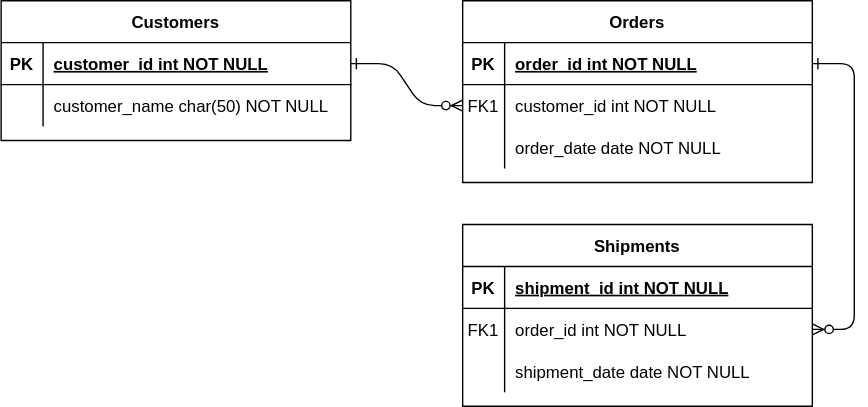
Before: Assignment1.drawio.svg, a diagram exported from draw.io (armanissayev/armanissayev). Source tidied: cells renumbered, new cells last; positions are measured from the earlier drawing's top-left corner, leaving out a move shared by most shapes.
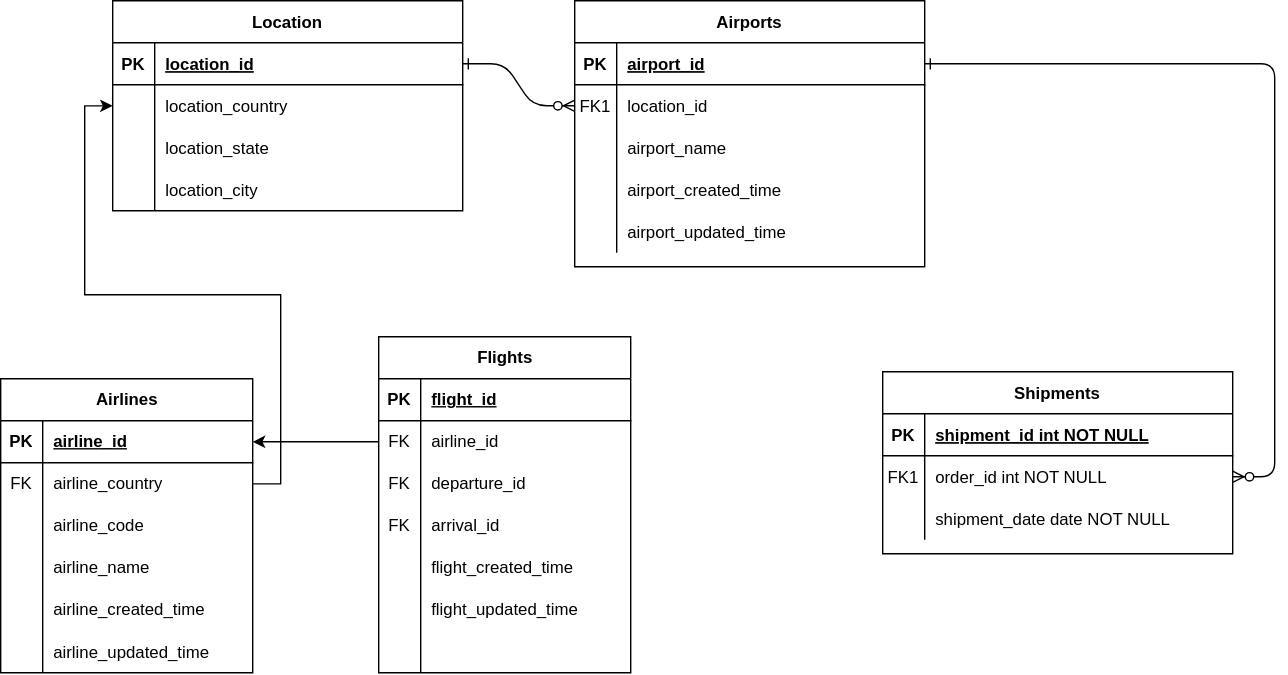
The same file after the commit.

Change to the diagram source:
```diff
@@ -8,8 +8,8 @@
     <mxCell id="3" style="edgeStyle=entityRelationEdgeStyle;endArrow=ERzeroToMany;startArrow=ERone;endFill=1;startFill=0;" parent="1" edge="1" source="5" target="18">
       <mxGeometry relative="1" as="geometry" />
     </mxCell>
-    <mxCell id="4" value="Orders" style="shape=table;startSize=30;rowLines=0;fontStyle=1;align=center;" parent="1" vertex="1">
-      <mxGeometry x="330" width="250" height="130" as="geometry" />
+    <mxCell id="4" value="Airports" style="shape=table;startSize=30;rowLines=0;fontStyle=1;align=center;" parent="1" vertex="1">
+      <mxGeometry x="330" width="250" height="190" as="geometry" />
     </mxCell>
     <mxCell id="5" style="shape=partialRectangle;fillColor=none;points=[[0,0.5],[1,0.5]];portConstraint=eastwest;top=0;left=0;right=0;bottom=1;" parent="4" vertex="1">
       <mxGeometry y="30" width="250" height="30" as="geometry" />
@@ -17,7 +17,7 @@
     <mxCell id="6" value="PK" style="shape=partialRectangle;overflow=hidden;fillColor=none;top=0;left=0;bottom=0;right=0;fontStyle=1;" parent="5" vertex="1">
       <mxGeometry width="30" height="30" as="geometry" />
     </mxCell>
-    <mxCell id="7" value="order_id int NOT NULL " style="shape=partialRectangle;overflow=hidden;fillColor=none;top=0;left=0;bottom=0;right=0;align=left;spacingLeft=6;fontStyle=5;" parent="5" vertex="1">
+    <mxCell id="7" value="airport_id" style="shape=partialRectangle;overflow=hidden;fillColor=none;top=0;left=0;bottom=0;right=0;align=left;spacingLeft=6;fontStyle=5;" parent="5" vertex="1">
       <mxGeometry x="30" width="220" height="30" as="geometry" />
     </mxCell>
     <mxCell id="8" style="shape=partialRectangle;fillColor=none;points=[[0,0.5],[1,0.5]];portConstraint=eastwest;top=0;left=0;right=0;bottom=0;" parent="4" vertex="1">
@@ -26,7 +26,7 @@
     <mxCell id="9" value="FK1" style="shape=partialRectangle;overflow=hidden;fillColor=none;top=0;left=0;bottom=0;right=0;" parent="8" vertex="1">
       <mxGeometry width="30" height="30" as="geometry" />
     </mxCell>
-    <mxCell id="10" value="customer_id int NOT NULL" style="shape=partialRectangle;overflow=hidden;fillColor=none;top=0;left=0;bottom=0;right=0;align=left;spacingLeft=6;" parent="8" vertex="1">
+    <mxCell id="10" value="location_id" style="shape=partialRectangle;overflow=hidden;fillColor=none;top=0;left=0;bottom=0;right=0;align=left;spacingLeft=6;" parent="8" vertex="1">
       <mxGeometry x="30" width="220" height="30" as="geometry" />
     </mxCell>
     <mxCell id="11" style="shape=partialRectangle;fillColor=none;top=0;left=0;right=0;bottom=0;" parent="4" vertex="1">
@@ -35,11 +35,29 @@
     <mxCell id="12" style="shape=partialRectangle;overflow=hidden;fillColor=none;top=0;left=0;bottom=0;right=0;" parent="11" vertex="1">
       <mxGeometry width="30" height="30" as="geometry" />
     </mxCell>
-    <mxCell id="13" value="order_date date NOT NULL" style="shape=partialRectangle;overflow=hidden;fillColor=none;top=0;left=0;bottom=0;right=0;align=left;spacingLeft=6;" parent="11" vertex="1">
+    <mxCell id="13" value="airport_name" style="shape=partialRectangle;overflow=hidden;fillColor=none;top=0;left=0;bottom=0;right=0;align=left;spacingLeft=6;" parent="11" vertex="1">
       <mxGeometry x="30" width="220" height="30" as="geometry" />
     </mxCell>
+    <mxCell id="31" style="shape=tableRow;horizontal=0;startSize=0;swimlaneHead=0;swimlaneBody=0;fillColor=none;top=0;left=0;right=0;bottom=0;" parent="4" vertex="1">
+      <mxGeometry y="120" width="250" height="30" as="geometry" />
+    </mxCell>
+    <mxCell id="32" style="shape=partialRectangle;fillColor=none;top=0;left=0;bottom=0;right=0;overflow=hidden;" parent="31" vertex="1">
+      <mxGeometry width="30" height="30" as="geometry" />
+    </mxCell>
+    <mxCell id="33" value="airport_created_time" style="shape=partialRectangle;fillColor=none;top=0;left=0;bottom=0;right=0;align=left;spacingLeft=6;overflow=hidden;" parent="31" vertex="1">
+      <mxGeometry x="30" width="220" height="30" as="geometry" />
+    </mxCell>
+    <mxCell id="34" style="shape=tableRow;horizontal=0;startSize=0;swimlaneHead=0;swimlaneBody=0;fillColor=none;top=0;left=0;right=0;bottom=0;" parent="4" vertex="1">
+      <mxGeometry y="150" width="250" height="30" as="geometry" />
+    </mxCell>
+    <mxCell id="35" style="shape=partialRectangle;fillColor=none;top=0;left=0;bottom=0;right=0;overflow=hidden;" parent="34" vertex="1">
+      <mxGeometry width="30" height="30" as="geometry" />
+    </mxCell>
+    <mxCell id="36" value="airport_updated_time" style="shape=partialRectangle;fillColor=none;top=0;left=0;bottom=0;right=0;align=left;spacingLeft=6;overflow=hidden;" parent="34" vertex="1">
+      <mxGeometry x="30" width="220" height="30" as="geometry" />
+    </mxCell>
     <mxCell id="14" value="Shipments" style="shape=table;startSize=30;rowLines=0;fontStyle=1;align=center;" parent="1" vertex="1">
-      <mxGeometry x="330" y="160" width="250" height="130" as="geometry" />
+      <mxGeometry x="550" y="265" width="250" height="130" as="geometry" />
     </mxCell>
     <mxCell id="15" style="shape=partialRectangle;fillColor=none;top=0;left=0;right=0;bottom=1;" parent="14" vertex="1">
       <mxGeometry y="30" width="250" height="30" as="geometry" />
@@ -68,8 +86,8 @@
     <mxCell id="23" value="shipment_date date NOT NULL" style="shape=partialRectangle;overflow=hidden;fillColor=none;top=0;left=0;bottom=0;right=0;align=left;spacingLeft=6;" parent="21" vertex="1">
       <mxGeometry x="30" width="220" height="30" as="geometry" />
     </mxCell>
-    <mxCell id="24" value="Customers" style="shape=table;startSize=30;rowLines=0;fontStyle=1;align=center;" parent="1" vertex="1">
-      <mxGeometry width="250" height="100" as="geometry" />
+    <mxCell id="24" value="Location" style="shape=table;startSize=30;rowLines=0;fontStyle=1;align=center;" parent="1" vertex="1">
+      <mxGeometry width="250" height="150" as="geometry" />
     </mxCell>
     <mxCell id="25" style="shape=partialRectangle;fillColor=none;points=[[0,0.5],[1,0.5]];portConstraint=eastwest;top=0;left=0;right=0;bottom=1;" parent="24" vertex="1">
       <mxGeometry y="30" width="250" height="30" as="geometry" />
@@ -77,7 +95,7 @@
     <mxCell id="26" value="PK" style="shape=partialRectangle;overflow=hidden;fillColor=none;top=0;left=0;bottom=0;right=0;fontStyle=1;" parent="25" vertex="1">
       <mxGeometry width="30" height="30" as="geometry" />
     </mxCell>
-    <mxCell id="27" value="customer_id int NOT NULL " style="shape=partialRectangle;overflow=hidden;fillColor=none;top=0;left=0;bottom=0;right=0;align=left;spacingLeft=6;fontStyle=5;" parent="25" vertex="1">
+    <mxCell id="27" value="location_id " style="shape=partialRectangle;overflow=hidden;fillColor=none;top=0;left=0;bottom=0;right=0;align=left;spacingLeft=6;fontStyle=5;" parent="25" vertex="1">
       <mxGeometry x="30" width="220" height="30" as="geometry" />
     </mxCell>
     <mxCell id="28" style="shape=partialRectangle;fillColor=none;points=[[0,0.5],[1,0.5]];portConstraint=eastwest;top=0;left=0;right=0;bottom=0;" parent="24" vertex="1">
@@ -86,8 +104,155 @@
     <mxCell id="29" style="shape=partialRectangle;overflow=hidden;fillColor=none;top=0;left=0;bottom=0;right=0;" parent="28" vertex="1">
       <mxGeometry width="30" height="30" as="geometry" />
     </mxCell>
-    <mxCell id="30" value="customer_name char(50) NOT NULL" style="shape=partialRectangle;overflow=hidden;fillColor=none;top=0;left=0;bottom=0;right=0;align=left;spacingLeft=6;" parent="28" vertex="1">
+    <mxCell id="30" value="location_country" style="shape=partialRectangle;overflow=hidden;fillColor=none;top=0;left=0;bottom=0;right=0;align=left;spacingLeft=6;" parent="28" vertex="1">
       <mxGeometry x="30" width="220" height="30" as="geometry" />
     </mxCell>
+    <mxCell id="37" style="shape=tableRow;horizontal=0;startSize=0;swimlaneHead=0;swimlaneBody=0;fillColor=none;top=0;left=0;right=0;bottom=0;" parent="24" vertex="1">
+      <mxGeometry y="90" width="250" height="30" as="geometry" />
+    </mxCell>
+    <mxCell id="38" style="shape=partialRectangle;fillColor=none;top=0;left=0;bottom=0;right=0;overflow=hidden;" parent="37" vertex="1">
+      <mxGeometry width="30" height="30" as="geometry" />
+    </mxCell>
+    <mxCell id="39" value="location_state" style="shape=partialRectangle;fillColor=none;top=0;left=0;bottom=0;right=0;align=left;spacingLeft=6;overflow=hidden;" parent="37" vertex="1">
+      <mxGeometry x="30" width="220" height="30" as="geometry" />
+    </mxCell>
+    <mxCell id="40" style="shape=tableRow;horizontal=0;startSize=0;swimlaneHead=0;swimlaneBody=0;fillColor=none;top=0;left=0;right=0;bottom=0;" parent="24" vertex="1">
+      <mxGeometry y="120" width="250" height="30" as="geometry" />
+    </mxCell>
+    <mxCell id="41" style="shape=partialRectangle;fillColor=none;top=0;left=0;bottom=0;right=0;overflow=hidden;" parent="40" vertex="1">
+      <mxGeometry width="30" height="30" as="geometry" />
+    </mxCell>
+    <mxCell id="42" value="location_city" style="shape=partialRectangle;fillColor=none;top=0;left=0;bottom=0;right=0;align=left;spacingLeft=6;overflow=hidden;" parent="40" vertex="1">
+      <mxGeometry x="30" width="220" height="30" as="geometry" />
+    </mxCell>
+    <mxCell id="43" value="Flights" style="shape=table;startSize=30;rowLines=0;fontStyle=1;align=center;html=1;" parent="1" vertex="1">
+      <mxGeometry x="190" y="240" width="180" height="240" as="geometry" />
+    </mxCell>
+    <mxCell id="44" style="shape=tableRow;horizontal=0;startSize=0;swimlaneHead=0;swimlaneBody=0;fillColor=none;top=0;left=0;right=0;bottom=1;" parent="43" vertex="1">
+      <mxGeometry y="30" width="180" height="30" as="geometry" />
+    </mxCell>
+    <mxCell id="45" value="PK" style="shape=partialRectangle;fillColor=none;top=0;left=0;bottom=0;right=0;fontStyle=1;overflow=hidden;whiteSpace=wrap;html=1;" parent="44" vertex="1">
+      <mxGeometry width="30" height="30" as="geometry" />
+    </mxCell>
+    <mxCell id="46" value="flight_id" style="shape=partialRectangle;fillColor=none;top=0;left=0;bottom=0;right=0;align=left;spacingLeft=6;fontStyle=5;overflow=hidden;whiteSpace=wrap;html=1;" parent="44" vertex="1">
+      <mxGeometry x="30" width="150" height="30" as="geometry" />
+    </mxCell>
+    <mxCell id="47" style="shape=tableRow;horizontal=0;startSize=0;swimlaneHead=0;swimlaneBody=0;fillColor=none;points=[[0,0.5],[1,0.5]];portConstraint=eastwest;top=0;left=0;right=0;bottom=0;" parent="43" vertex="1">
+      <mxGeometry y="60" width="180" height="30" as="geometry" />
+    </mxCell>
+    <mxCell id="48" value="FK" style="shape=partialRectangle;fillColor=none;top=0;left=0;bottom=0;right=0;fontStyle=0;overflow=hidden;whiteSpace=wrap;html=1;" parent="47" vertex="1">
+      <mxGeometry width="30" height="30" as="geometry" />
+    </mxCell>
+    <mxCell id="49" value="airline_id" style="shape=partialRectangle;fillColor=none;top=0;left=0;bottom=0;right=0;align=left;spacingLeft=6;fontStyle=0;overflow=hidden;whiteSpace=wrap;html=1;" parent="47" vertex="1">
+      <mxGeometry x="30" width="150" height="30" as="geometry" />
+    </mxCell>
+    <mxCell id="50" style="shape=tableRow;horizontal=0;startSize=0;swimlaneHead=0;swimlaneBody=0;fillColor=none;top=0;left=0;right=0;bottom=0;" parent="43" vertex="1">
+      <mxGeometry y="90" width="180" height="30" as="geometry" />
+    </mxCell>
+    <mxCell id="51" value="FK" style="shape=partialRectangle;fillColor=none;top=0;left=0;bottom=0;right=0;fontStyle=0;overflow=hidden;whiteSpace=wrap;html=1;" parent="50" vertex="1">
+      <mxGeometry width="30" height="30" as="geometry" />
+    </mxCell>
+    <mxCell id="52" value="departure_id" style="shape=partialRectangle;fillColor=none;top=0;left=0;bottom=0;right=0;align=left;spacingLeft=6;fontStyle=0;overflow=hidden;whiteSpace=wrap;html=1;" parent="50" vertex="1">
+      <mxGeometry x="30" width="150" height="30" as="geometry" />
+    </mxCell>
+    <mxCell id="53" style="shape=tableRow;horizontal=0;startSize=0;swimlaneHead=0;swimlaneBody=0;fillColor=none;top=0;left=0;right=0;bottom=0;" parent="43" vertex="1">
+      <mxGeometry y="120" width="180" height="30" as="geometry" />
+    </mxCell>
+    <mxCell id="54" value="FK" style="shape=partialRectangle;fillColor=none;top=0;left=0;bottom=0;right=0;fontStyle=0;overflow=hidden;whiteSpace=wrap;html=1;" parent="53" vertex="1">
+      <mxGeometry width="30" height="30" as="geometry" />
+    </mxCell>
+    <mxCell id="55" value="arrival_id" style="shape=partialRectangle;fillColor=none;top=0;left=0;bottom=0;right=0;align=left;spacingLeft=6;fontStyle=0;overflow=hidden;whiteSpace=wrap;html=1;" parent="53" vertex="1">
+      <mxGeometry x="30" width="150" height="30" as="geometry" />
+    </mxCell>
+    <mxCell id="56" style="shape=tableRow;horizontal=0;startSize=0;swimlaneHead=0;swimlaneBody=0;fillColor=none;top=0;left=0;right=0;bottom=0;" parent="43" vertex="1">
+      <mxGeometry y="150" width="180" height="30" as="geometry" />
+    </mxCell>
+    <mxCell id="57" style="shape=partialRectangle;fillColor=none;top=0;left=0;bottom=0;right=0;overflow=hidden;whiteSpace=wrap;html=1;" parent="56" vertex="1">
+      <mxGeometry width="30" height="30" as="geometry" />
+    </mxCell>
+    <mxCell id="58" value="&lt;div&gt;flight_created_time&lt;/div&gt;" style="shape=partialRectangle;fillColor=none;top=0;left=0;bottom=0;right=0;align=left;spacingLeft=6;overflow=hidden;whiteSpace=wrap;html=1;" parent="56" vertex="1">
+      <mxGeometry x="30" width="150" height="30" as="geometry" />
+    </mxCell>
+    <mxCell id="59" style="shape=tableRow;horizontal=0;startSize=0;swimlaneHead=0;swimlaneBody=0;fillColor=none;top=0;left=0;right=0;bottom=0;" parent="43" vertex="1">
+      <mxGeometry y="180" width="180" height="30" as="geometry" />
+    </mxCell>
+    <mxCell id="60" style="shape=partialRectangle;fillColor=none;top=0;left=0;bottom=0;right=0;overflow=hidden;whiteSpace=wrap;html=1;" parent="59" vertex="1">
+      <mxGeometry width="30" height="30" as="geometry" />
+    </mxCell>
+    <mxCell id="61" value="flight_updated_time" style="shape=partialRectangle;fillColor=none;top=0;left=0;bottom=0;right=0;align=left;spacingLeft=6;overflow=hidden;whiteSpace=wrap;html=1;" parent="59" vertex="1">
+      <mxGeometry x="30" width="150" height="30" as="geometry" />
+    </mxCell>
+    <mxCell id="62" style="shape=tableRow;horizontal=0;startSize=0;swimlaneHead=0;swimlaneBody=0;fillColor=none;top=0;left=0;right=0;bottom=0;" parent="43" vertex="1">
+      <mxGeometry y="210" width="180" height="30" as="geometry" />
+    </mxCell>
+    <mxCell id="63" style="shape=partialRectangle;fillColor=none;top=0;left=0;bottom=0;right=0;overflow=hidden;whiteSpace=wrap;html=1;" parent="62" vertex="1">
+      <mxGeometry width="30" height="30" as="geometry" />
+    </mxCell>
+    <mxCell id="64" style="shape=partialRectangle;fillColor=none;top=0;left=0;bottom=0;right=0;align=left;spacingLeft=6;overflow=hidden;whiteSpace=wrap;html=1;" parent="62" vertex="1">
+      <mxGeometry x="30" width="150" height="30" as="geometry" />
+    </mxCell>
+    <mxCell id="65" value="Airlines" style="shape=table;startSize=30;rowLines=0;fontStyle=1;align=center;html=1;" parent="1" vertex="1">
+      <mxGeometry x="-80" y="270" width="180" height="210" as="geometry" />
+    </mxCell>
+    <mxCell id="66" style="shape=tableRow;horizontal=0;startSize=0;swimlaneHead=0;swimlaneBody=0;fillColor=none;points=[[0,0.5],[1,0.5]];portConstraint=eastwest;top=0;left=0;right=0;bottom=1;" parent="65" vertex="1">
+      <mxGeometry y="30" width="180" height="30" as="geometry" />
+    </mxCell>
+    <mxCell id="67" value="PK" style="shape=partialRectangle;fillColor=none;top=0;left=0;bottom=0;right=0;fontStyle=1;overflow=hidden;whiteSpace=wrap;html=1;" parent="66" vertex="1">
+      <mxGeometry width="30" height="30" as="geometry" />
+    </mxCell>
+    <mxCell id="68" value="airline_id" style="shape=partialRectangle;fillColor=none;top=0;left=0;bottom=0;right=0;align=left;spacingLeft=6;fontStyle=5;overflow=hidden;whiteSpace=wrap;html=1;" parent="66" vertex="1">
+      <mxGeometry x="30" width="150" height="30" as="geometry" />
+    </mxCell>
+    <mxCell id="69" style="shape=tableRow;horizontal=0;startSize=0;swimlaneHead=0;swimlaneBody=0;fillColor=none;points=[[0,0.5],[1,0.5]];portConstraint=eastwest;top=0;left=0;right=0;bottom=0;" parent="65" vertex="1">
+      <mxGeometry y="60" width="180" height="30" as="geometry" />
+    </mxCell>
+    <mxCell id="70" value="FK" style="shape=partialRectangle;fillColor=none;top=0;left=0;bottom=0;right=0;fontStyle=0;overflow=hidden;whiteSpace=wrap;html=1;" parent="69" vertex="1">
+      <mxGeometry width="30" height="30" as="geometry" />
+    </mxCell>
+    <mxCell id="71" value="airline_country" style="shape=partialRectangle;fillColor=none;top=0;left=0;bottom=0;right=0;align=left;spacingLeft=6;fontStyle=0;overflow=hidden;whiteSpace=wrap;html=1;" parent="69" vertex="1">
+      <mxGeometry x="30" width="150" height="30" as="geometry" />
+    </mxCell>
+    <mxCell id="72" style="shape=tableRow;horizontal=0;startSize=0;swimlaneHead=0;swimlaneBody=0;fillColor=none;top=0;left=0;right=0;bottom=0;" parent="65" vertex="1">
+      <mxGeometry y="90" width="180" height="30" as="geometry" />
+    </mxCell>
+    <mxCell id="73" style="shape=partialRectangle;fillColor=none;top=0;left=0;bottom=0;right=0;overflow=hidden;whiteSpace=wrap;html=1;" parent="72" vertex="1">
+      <mxGeometry width="30" height="30" as="geometry" />
+    </mxCell>
+    <mxCell id="74" value="airline_code" style="shape=partialRectangle;fillColor=none;top=0;left=0;bottom=0;right=0;align=left;spacingLeft=6;overflow=hidden;whiteSpace=wrap;html=1;" parent="72" vertex="1">
+      <mxGeometry x="30" width="150" height="30" as="geometry" />
+    </mxCell>
+    <mxCell id="75" style="shape=tableRow;horizontal=0;startSize=0;swimlaneHead=0;swimlaneBody=0;fillColor=none;top=0;left=0;right=0;bottom=0;" parent="65" vertex="1">
+      <mxGeometry y="120" width="180" height="30" as="geometry" />
+    </mxCell>
+    <mxCell id="76" style="shape=partialRectangle;fillColor=none;top=0;left=0;bottom=0;right=0;overflow=hidden;whiteSpace=wrap;html=1;" parent="75" vertex="1">
+      <mxGeometry width="30" height="30" as="geometry" />
+    </mxCell>
+    <mxCell id="77" value="airline_name" style="shape=partialRectangle;fillColor=none;top=0;left=0;bottom=0;right=0;align=left;spacingLeft=6;overflow=hidden;whiteSpace=wrap;html=1;" parent="75" vertex="1">
+      <mxGeometry x="30" width="150" height="30" as="geometry" />
+    </mxCell>
+    <mxCell id="78" style="shape=tableRow;horizontal=0;startSize=0;swimlaneHead=0;swimlaneBody=0;fillColor=none;top=0;left=0;right=0;bottom=0;" parent="65" vertex="1">
+      <mxGeometry y="150" width="180" height="30" as="geometry" />
+    </mxCell>
+    <mxCell id="79" style="shape=partialRectangle;fillColor=none;top=0;left=0;bottom=0;right=0;overflow=hidden;whiteSpace=wrap;html=1;" parent="78" vertex="1">
+      <mxGeometry width="30" height="30" as="geometry" />
+    </mxCell>
+    <mxCell id="80" value="airline_created_time" style="shape=partialRectangle;fillColor=none;top=0;left=0;bottom=0;right=0;align=left;spacingLeft=6;overflow=hidden;whiteSpace=wrap;html=1;" parent="78" vertex="1">
+      <mxGeometry x="30" width="150" height="30" as="geometry" />
+    </mxCell>
+    <mxCell id="81" style="shape=tableRow;horizontal=0;startSize=0;swimlaneHead=0;swimlaneBody=0;fillColor=none;top=0;left=0;right=0;bottom=0;" parent="65" vertex="1">
+      <mxGeometry y="180" width="180" height="30" as="geometry" />
+    </mxCell>
+    <mxCell id="82" style="shape=partialRectangle;fillColor=none;top=0;left=0;bottom=0;right=0;overflow=hidden;" parent="81" vertex="1">
+      <mxGeometry width="30" height="30" as="geometry" />
+    </mxCell>
+    <mxCell id="83" value="airline_updated_time" style="shape=partialRectangle;fillColor=none;top=0;left=0;bottom=0;right=0;align=left;spacingLeft=6;overflow=hidden;" parent="81" vertex="1">
+      <mxGeometry x="30" width="150" height="30" as="geometry" />
+    </mxCell>
+    <mxCell id="84" style="edgeStyle=orthogonalEdgeStyle;rounded=0;jettySize=auto;html=1;" parent="1" edge="1" source="69" target="28">
+      <mxGeometry relative="1" as="geometry" />
+    </mxCell>
+    <mxCell id="85" style="edgeStyle=orthogonalEdgeStyle;rounded=0;jettySize=auto;html=1;entryX=1;entryY=0.5;entryDx=0;entryDy=0;" parent="1" edge="1" source="47" target="66">
+      <mxGeometry relative="1" as="geometry" />
+    </mxCell>
   </root>
 </mxGraphModel>
```
